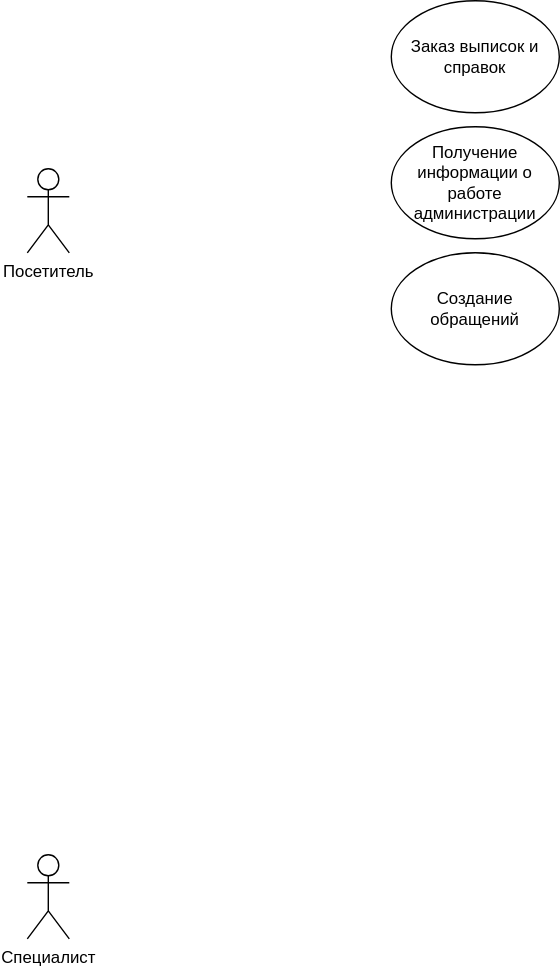
The draw.io diagram Диаграмма вариантов испольования.drawio.svg in Avokada/ais_mtuci, before a commit. Source tidied: cells renumbered, new cells last; positions are measured from the earlier drawing's top-left corner, leaving out a move shared by most shapes.
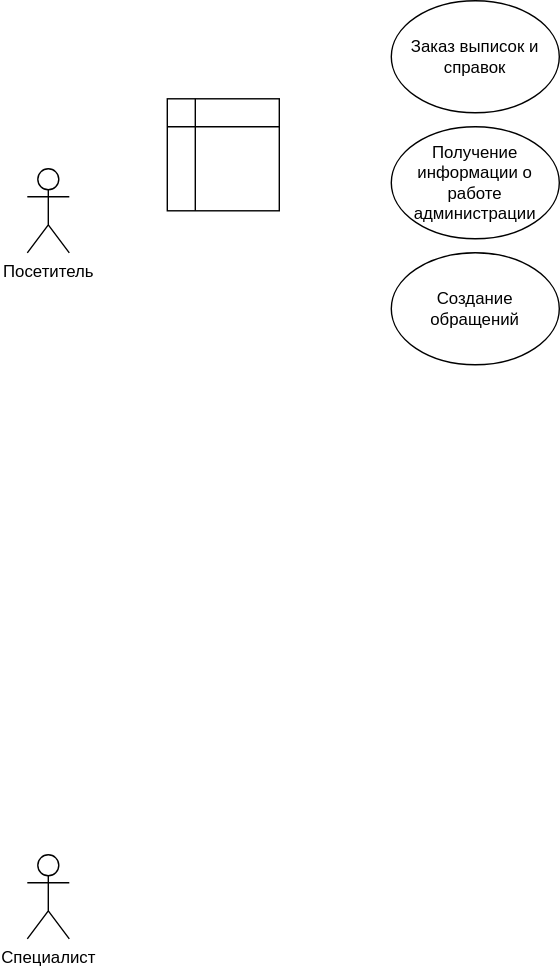
After the change.

What changed in the source:
```diff
@@ -17,5 +17,8 @@
     <mxCell id="6" value="Создание обращений" style="ellipse;whiteSpace=wrap;html=1;" parent="1" vertex="1">
       <mxGeometry x="260" y="180" width="120" height="80" as="geometry" />
     </mxCell>
+    <mxCell id="7" style="shape=internalStorage;whiteSpace=wrap;html=1;backgroundOutline=1;" parent="1" vertex="1">
+      <mxGeometry x="100" y="70" width="80" height="80" as="geometry" />
+    </mxCell>
   </root>
 </mxGraphModel>
```
